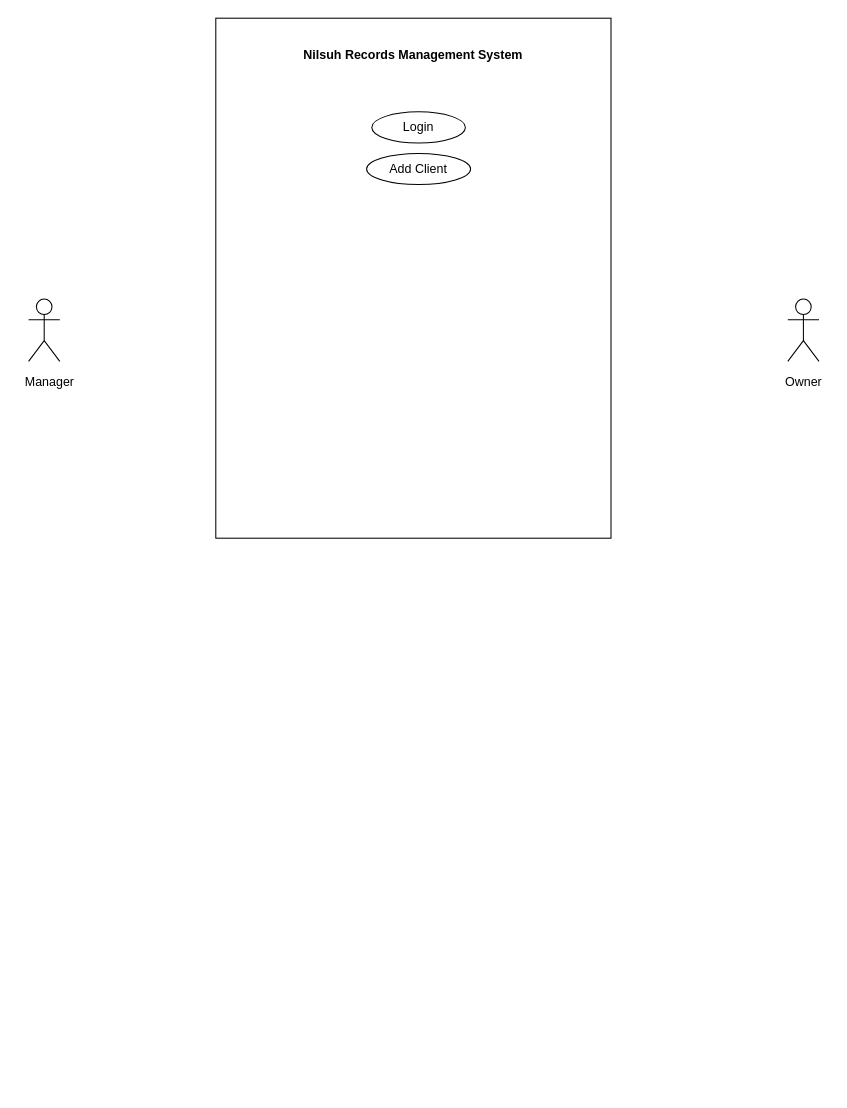
This is Untitled Diagram.drawio from shamarnelson/COMP214O-Project, a draw.io file, before an edit. Source tidied: cells renumbered, new cells numbered last; positions are measured from the earlier drawing's top-left corner, leaving out a move shared by most shapes. Both pictures are drawn from the tidied source at 104%, with x=0, y=0 at pixel (18, 18).
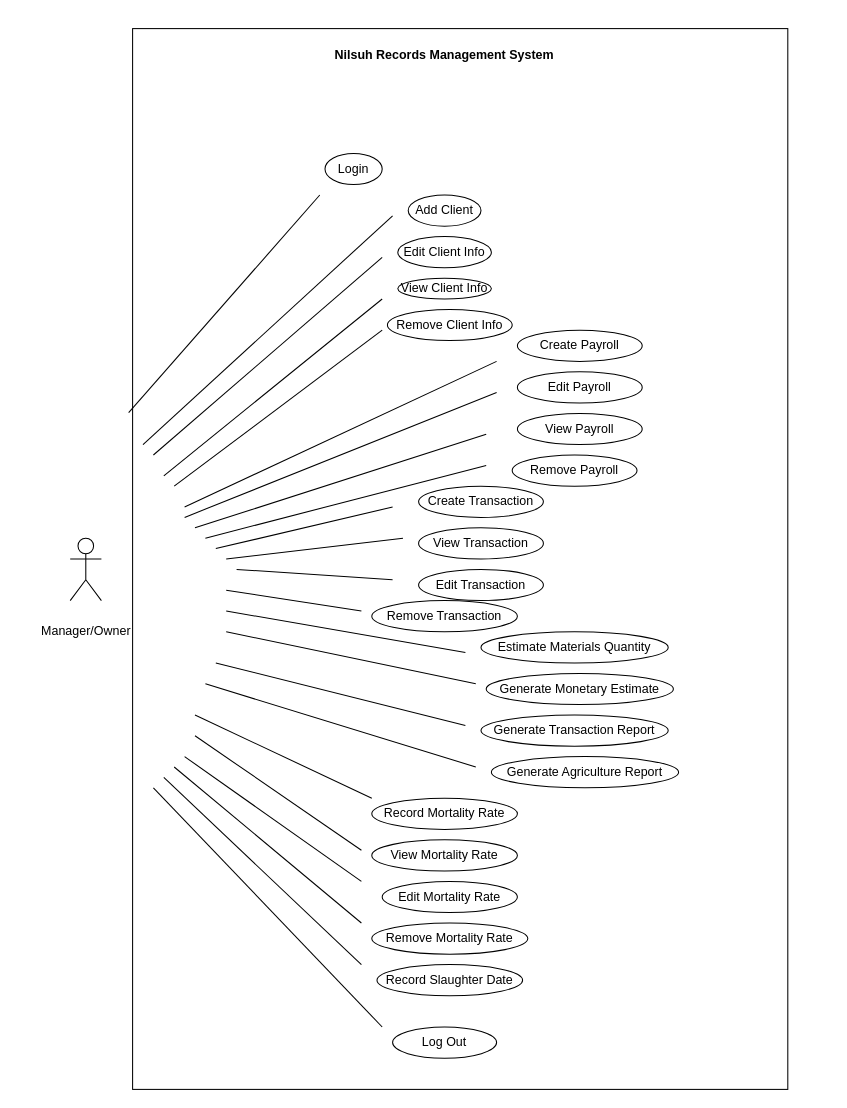
After the change.

Commit message (it also covers changes not shown here):
Edited Use Case Diagram

Diff of the diagram source:
```diff
@@
     <mxCell id="2" value="Login" style="ellipse;whiteSpace=wrap;html=1;strokeColor=#000000;strokeWidth=1;" parent="1" vertex="1">
-      <mxGeometry x="340" y="90" width="90" height="30" as="geometry" />
+      <mxGeometry x="295" y="130" width="55" height="30" as="geometry" />
     </mxCell>
     <mxCell id="3" value="Add Client" style="ellipse;whiteSpace=wrap;html=1;strokeColor=#000000;strokeWidth=1;" parent="1" vertex="1">
-      <mxGeometry x="335" y="130" width="100" height="30" as="geometry" />
+      <mxGeometry x="375" y="170" width="70" height="30" as="geometry" />
     </mxCell>
-    <mxCell id="4" style="shape=umlActor;verticalLabelPosition=bottom;verticalAlign=top;html=1;strokeColor=#000000;strokeWidth=1;direction=east;" parent="1" vertex="1">
-      <mxGeometry x="740" y="270" width="30" height="60" as="geometry" />
-    </mxCell>
     <mxCell id="5" style="shape=umlActor;verticalLabelPosition=bottom;verticalAlign=top;html=1;direction=east;strokeWidth=1;" parent="1" vertex="1">
-      <mxGeometry x="10" y="270" width="30" height="60" as="geometry" />
+      <mxGeometry x="50" y="500" width="30" height="60" as="geometry" />
     </mxCell>
-    <mxCell id="6" value="Manager" style="text;html=1;align=center;verticalAlign=middle;" parent="1" vertex="1">
-      <mxGeometry y="340" width="60" height="20" as="geometry" />
+    <mxCell id="6" value="Manager/Owner" style="text;html=1;align=center;verticalAlign=middle;" parent="1" vertex="1">
+      <mxGeometry x="15" y="580" width="100" height="20" as="geometry" />
     </mxCell>
-    <mxCell id="7" style="html=1;strokeColor=#000000;strokeWidth=1;fillColor=none;" parent="1" vertex="1">
-      <mxGeometry x="190" width="380" height="500" as="geometry" />
-    </mxCell>
     <mxCell id="8" value="Nilsuh Records Management System" style="fontStyle=1;strokeWidth=1;fillColor=none;strokeColor=#FFFFFF;" parent="1" vertex="1">
-      <mxGeometry x="310" y="20" width="140" height="30" as="geometry" />
+      <mxGeometry x="340" y="20" width="140" height="30" as="geometry" />
     </mxCell>
-    <mxCell id="9" value="Owner" style="text;html=1;align=center;verticalAlign=middle;" parent="1" vertex="1">
-      <mxGeometry x="730" y="340" width="50" height="20" as="geometry" />
-    </mxCell>
+    <mxCell id="10" value="Edit Client Info&lt;br&gt;" style="ellipse;whiteSpace=wrap;html=1;strokeColor=#000000;strokeWidth=1;" parent="1" vertex="1">
+      <mxGeometry x="365" y="210" width="90" height="30" as="geometry" />
+    </mxCell>
+    <mxCell id="11" value="View Client Info" style="ellipse;whiteSpace=wrap;html=1;strokeColor=#000000;strokeWidth=1;" parent="1" vertex="1">
+      <mxGeometry x="365" y="250" width="90" height="20" as="geometry" />
+    </mxCell>
+    <mxCell id="12" value="Remove Client Info" style="ellipse;whiteSpace=wrap;html=1;strokeColor=#000000;strokeWidth=1;" parent="1" vertex="1">
+      <mxGeometry x="355" y="280" width="120" height="30" as="geometry" />
+    </mxCell>
+    <mxCell id="13" value="Create Payroll" style="ellipse;whiteSpace=wrap;html=1;strokeColor=#000000;strokeWidth=1;" parent="1" vertex="1">
+      <mxGeometry x="480" y="300" width="120" height="30" as="geometry" />
+    </mxCell>
+    <mxCell id="14" value="Edit Payroll" style="ellipse;whiteSpace=wrap;html=1;strokeColor=#000000;strokeWidth=1;" parent="1" vertex="1">
+      <mxGeometry x="480" y="340" width="120" height="30" as="geometry" />
+    </mxCell>
+    <mxCell id="15" value="View Payroll" style="ellipse;whiteSpace=wrap;html=1;strokeColor=#000000;strokeWidth=1;" parent="1" vertex="1">
+      <mxGeometry x="480" y="380" width="120" height="30" as="geometry" />
+    </mxCell>
+    <mxCell id="16" value="Remove Payroll" style="ellipse;whiteSpace=wrap;html=1;strokeColor=#000000;strokeWidth=1;" parent="1" vertex="1">
+      <mxGeometry x="475" y="420" width="120" height="30" as="geometry" />
+    </mxCell>
+    <mxCell id="17" value="Create Transaction" style="ellipse;whiteSpace=wrap;html=1;strokeColor=#000000;strokeWidth=1;" parent="1" vertex="1">
+      <mxGeometry x="385" y="450" width="120" height="30" as="geometry" />
+    </mxCell>
+    <mxCell id="18" value="View Transaction" style="ellipse;whiteSpace=wrap;html=1;strokeColor=#000000;strokeWidth=1;" parent="1" vertex="1">
+      <mxGeometry x="385" y="490" width="120" height="30" as="geometry" />
+    </mxCell>
+    <mxCell id="19" value="Edit Transaction" style="ellipse;whiteSpace=wrap;html=1;strokeColor=#000000;strokeWidth=1;" parent="1" vertex="1">
+      <mxGeometry x="385" y="530" width="120" height="30" as="geometry" />
+    </mxCell>
+    <mxCell id="20" value="Remove Transaction" style="ellipse;whiteSpace=wrap;html=1;strokeColor=#000000;strokeWidth=1;" parent="1" vertex="1">
+      <mxGeometry x="340" y="560" width="140" height="30" as="geometry" />
+    </mxCell>
+    <mxCell id="21" value="Estimate Materials Quantity" style="ellipse;whiteSpace=wrap;html=1;strokeColor=#000000;strokeWidth=1;" parent="1" vertex="1">
+      <mxGeometry x="445" y="590" width="180" height="30" as="geometry" />
+    </mxCell>
+    <mxCell id="22" value="Generate Monetary Estimate" style="ellipse;whiteSpace=wrap;html=1;strokeColor=#000000;strokeWidth=1;" parent="1" vertex="1">
+      <mxGeometry x="450" y="630" width="180" height="30" as="geometry" />
+    </mxCell>
+    <mxCell id="23" value="Generate Transaction Report" style="ellipse;whiteSpace=wrap;html=1;strokeColor=#000000;strokeWidth=1;" parent="1" vertex="1">
+      <mxGeometry x="445" y="670" width="180" height="30" as="geometry" />
+    </mxCell>
+    <mxCell id="24" value="Generate Agriculture Report" style="ellipse;whiteSpace=wrap;html=1;strokeColor=#000000;strokeWidth=1;" parent="1" vertex="1">
+      <mxGeometry x="455" y="710" width="180" height="30" as="geometry" />
+    </mxCell>
+    <mxCell id="25" value="Record Mortality Rate" style="ellipse;whiteSpace=wrap;html=1;strokeColor=#000000;strokeWidth=1;" parent="1" vertex="1">
+      <mxGeometry x="340" y="750" width="140" height="30" as="geometry" />
+    </mxCell>
+    <mxCell id="26" value="Record Slaughter Date" style="ellipse;whiteSpace=wrap;html=1;strokeColor=#000000;strokeWidth=1;" parent="1" vertex="1">
+      <mxGeometry x="345" y="910" width="140" height="30" as="geometry" />
+    </mxCell>
+    <mxCell id="27" value="View Mortality Rate" style="ellipse;whiteSpace=wrap;html=1;strokeColor=#000000;strokeWidth=1;" parent="1" vertex="1">
+      <mxGeometry x="340" y="790" width="140" height="30" as="geometry" />
+    </mxCell>
+    <mxCell id="28" value="Edit Mortality Rate" style="ellipse;whiteSpace=wrap;html=1;strokeColor=#000000;strokeWidth=1;" parent="1" vertex="1">
+      <mxGeometry x="350" y="830" width="130" height="30" as="geometry" />
+    </mxCell>
+    <mxCell id="29" value="Remove Mortality Rate" style="ellipse;whiteSpace=wrap;html=1;strokeColor=#000000;strokeWidth=1;" parent="1" vertex="1">
+      <mxGeometry x="340" y="870" width="150" height="30" as="geometry" />
+    </mxCell>
+    <mxCell id="30" value="Log Out" style="ellipse;whiteSpace=wrap;html=1;strokeColor=#000000;strokeWidth=1;" parent="1" vertex="1">
+      <mxGeometry x="360" y="970" width="100" height="30" as="geometry" />
+    </mxCell>
+    <mxCell id="31" style="endArrow=none;html=1;" parent="1" edge="1">
+      <mxGeometry relative="1" as="geometry">
+        <mxPoint x="120" y="410" as="sourcePoint" />
+        <mxPoint x="360" y="190" as="targetPoint" />
+      </mxGeometry>
+    </mxCell>
+    <mxCell id="32" style="endArrow=none;html=1;" parent="1" edge="1">
+      <mxGeometry relative="1" as="geometry">
+        <mxPoint x="130" y="420" as="sourcePoint" />
+        <mxPoint x="350" y="230" as="targetPoint" />
+      </mxGeometry>
+    </mxCell>
+    <mxCell id="33" style="endArrow=none;html=1;" parent="1" edge="1">
+      <mxGeometry relative="1" as="geometry">
+        <mxPoint x="140" y="440" as="sourcePoint" />
+        <mxPoint x="350" y="270" as="targetPoint" />
+      </mxGeometry>
+    </mxCell>
+    <mxCell id="34" style="endArrow=none;html=1;" parent="1" edge="1">
+      <mxGeometry relative="1" as="geometry">
+        <mxPoint x="150" y="450" as="sourcePoint" />
+        <mxPoint x="350" y="300" as="targetPoint" />
+      </mxGeometry>
+    </mxCell>
+    <mxCell id="35" style="endArrow=none;html=1;" parent="1" edge="1">
+      <mxGeometry relative="1" as="geometry">
+        <mxPoint x="160" y="470" as="sourcePoint" />
+        <mxPoint x="460" y="330" as="targetPoint" />
+      </mxGeometry>
+    </mxCell>
+    <mxCell id="36" style="endArrow=none;html=1;" parent="1" edge="1">
+      <mxGeometry relative="1" as="geometry">
+        <mxPoint x="160" y="480" as="sourcePoint" />
+        <mxPoint x="460" y="360" as="targetPoint" />
+      </mxGeometry>
+    </mxCell>
+    <mxCell id="37" style="endArrow=none;html=1;" parent="1" edge="1">
+      <mxGeometry relative="1" as="geometry">
+        <mxPoint x="170" y="490" as="sourcePoint" />
+        <mxPoint x="450" y="400" as="targetPoint" />
+      </mxGeometry>
+    </mxCell>
+    <mxCell id="38" style="endArrow=none;html=1;" parent="1" edge="1">
+      <mxGeometry relative="1" as="geometry">
+        <mxPoint x="180" y="500" as="sourcePoint" />
+        <mxPoint x="450" y="430" as="targetPoint" />
+      </mxGeometry>
+    </mxCell>
+    <mxCell id="39" style="endArrow=none;html=1;" parent="1" edge="1">
+      <mxGeometry relative="1" as="geometry">
+        <mxPoint x="190" y="510" as="sourcePoint" />
+        <mxPoint x="360" y="470" as="targetPoint" />
+      </mxGeometry>
+    </mxCell>
+    <mxCell id="40" style="endArrow=none;html=1;" parent="1" edge="1">
+      <mxGeometry relative="1" as="geometry">
+        <mxPoint x="200" y="520" as="sourcePoint" />
+        <mxPoint x="370" y="500" as="targetPoint" />
+      </mxGeometry>
+    </mxCell>
+    <mxCell id="41" style="endArrow=none;html=1;" parent="1" edge="1">
+      <mxGeometry relative="1" as="geometry">
+        <mxPoint x="210" y="530" as="sourcePoint" />
+        <mxPoint x="360" y="540" as="targetPoint" />
+      </mxGeometry>
+    </mxCell>
+    <mxCell id="42" style="endArrow=none;html=1;" parent="1" edge="1">
+      <mxGeometry relative="1" as="geometry">
+        <mxPoint x="200" y="550" as="sourcePoint" />
+        <mxPoint x="330" y="570" as="targetPoint" />
+      </mxGeometry>
+    </mxCell>
+    <mxCell id="43" style="endArrow=none;html=1;" parent="1" edge="1">
+      <mxGeometry relative="1" as="geometry">
+        <mxPoint x="200" y="570" as="sourcePoint" />
+        <mxPoint x="430" y="610" as="targetPoint" />
+      </mxGeometry>
+    </mxCell>
+    <mxCell id="44" style="endArrow=none;html=1;" parent="1" edge="1">
+      <mxGeometry relative="1" as="geometry">
+        <mxPoint x="200" y="590" as="sourcePoint" />
+        <mxPoint x="440" y="640" as="targetPoint" />
+      </mxGeometry>
+    </mxCell>
+    <mxCell id="45" style="endArrow=none;html=1;" parent="1" edge="1">
+      <mxGeometry relative="1" as="geometry">
+        <mxPoint x="190" y="620" as="sourcePoint" />
+        <mxPoint x="430" y="680" as="targetPoint" />
+      </mxGeometry>
+    </mxCell>
+    <mxCell id="46" style="endArrow=none;html=1;" parent="1" edge="1">
+      <mxGeometry relative="1" as="geometry">
+        <mxPoint x="180" y="640" as="sourcePoint" />
+        <mxPoint x="440" y="720" as="targetPoint" />
+      </mxGeometry>
+    </mxCell>
+    <mxCell id="47" style="endArrow=none;html=1;" parent="1" edge="1">
+      <mxGeometry relative="1" as="geometry">
+        <mxPoint x="170" y="670" as="sourcePoint" />
+        <mxPoint x="340" y="750" as="targetPoint" />
+      </mxGeometry>
+    </mxCell>
+    <mxCell id="48" style="endArrow=none;html=1;" parent="1" edge="1">
+      <mxGeometry relative="1" as="geometry">
+        <mxPoint x="170" y="690" as="sourcePoint" />
+        <mxPoint x="330" y="800" as="targetPoint" />
+      </mxGeometry>
+    </mxCell>
+    <mxCell id="49" style="endArrow=none;html=1;" parent="1" edge="1">
+      <mxGeometry relative="1" as="geometry">
+        <mxPoint x="160" y="710" as="sourcePoint" />
+        <mxPoint x="330" y="830" as="targetPoint" />
+      </mxGeometry>
+    </mxCell>
+    <mxCell id="50" style="endArrow=none;html=1;" parent="1" edge="1">
+      <mxGeometry relative="1" as="geometry">
+        <mxPoint x="150" y="720" as="sourcePoint" />
+        <mxPoint x="330" y="870" as="targetPoint" />
+      </mxGeometry>
+    </mxCell>
+    <mxCell id="51" style="endArrow=none;html=1;" parent="1" edge="1">
+      <mxGeometry relative="1" as="geometry">
+        <mxPoint x="140" y="730" as="sourcePoint" />
+        <mxPoint x="330" y="910" as="targetPoint" />
+      </mxGeometry>
+    </mxCell>
+    <mxCell id="52" style="endArrow=none;html=1;" parent="1" edge="1">
+      <mxGeometry relative="1" as="geometry">
+        <mxPoint x="130" y="740" as="sourcePoint" />
+        <mxPoint x="350" y="970" as="targetPoint" />
+      </mxGeometry>
+    </mxCell>
+    <mxCell id="53" style="endArrow=none;html=1;exitX=-0.006;exitY=0.362;exitDx=0;exitDy=0;exitPerimeter=0;" parent="1" edge="1" source="54">
+      <mxGeometry relative="1" as="geometry">
+        <mxPoint x="290" y="170" as="targetPoint" />
+      </mxGeometry>
+    </mxCell>
+    <mxCell id="54" style="html=1;strokeColor=#000000;strokeWidth=1;fillColor=none;" parent="1" vertex="1">
+      <mxGeometry x="110" y="10" width="630" height="1020" as="geometry" />
+    </mxCell>
```
